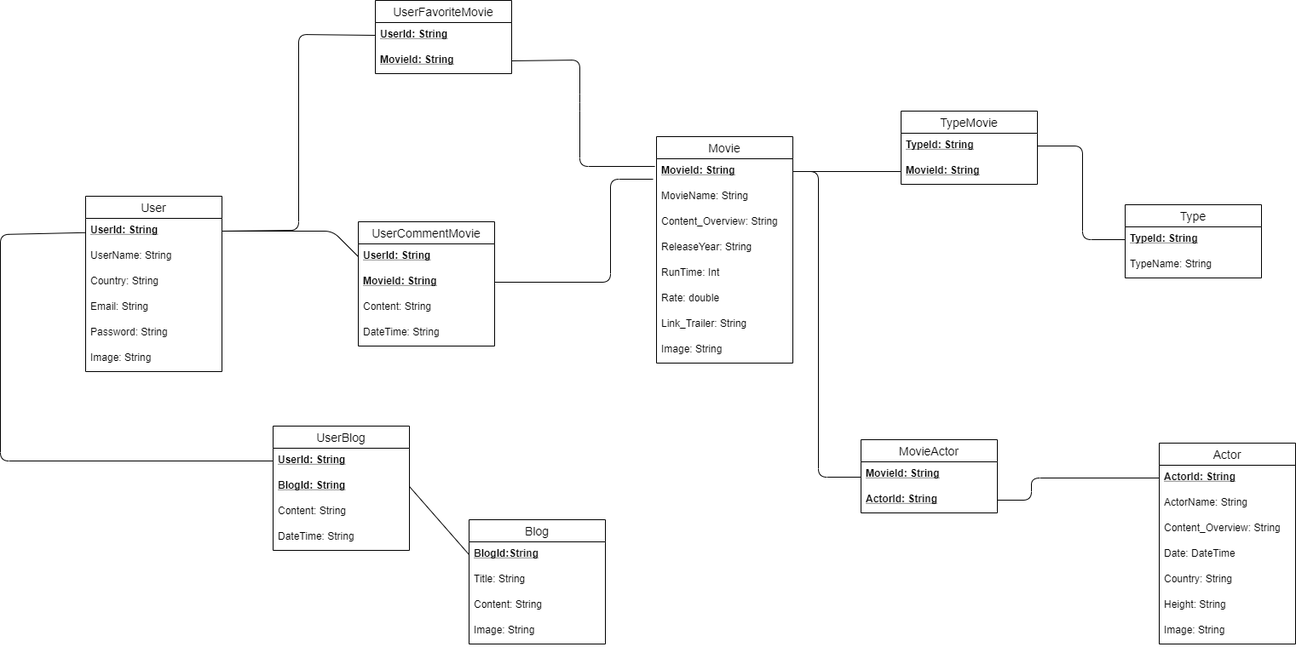
The draw.io diagram Ảnh/Diagram DB.png in thanhthaoitba/TLCN_CLC_2020, before a commit. Source tidied: cells renumbered, new cells last; positions are measured from the earlier drawing's top-left corner, leaving out a move shared by most shapes.
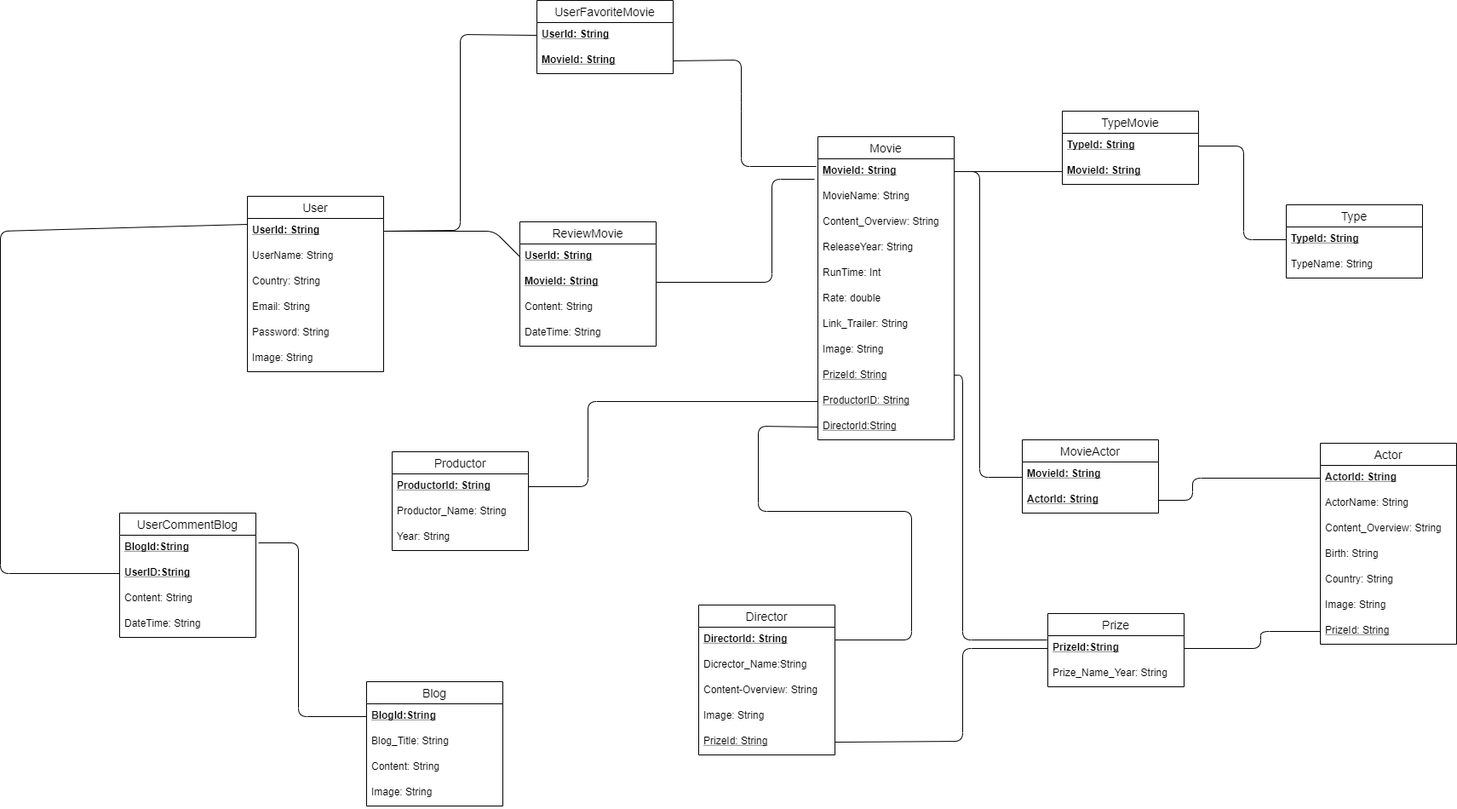
After the commit.

Diff of the diagram source:
```diff
@@ -3,7 +3,7 @@
     <mxCell id="0" />
     <mxCell id="1" parent="0" />
     <mxCell id="2" value="Movie" style="swimlane;fontStyle=0;horizontal=1;startSize=26;align=center;fontSize=14;" parent="1" vertex="1">
-      <mxGeometry x="770" y="160" width="160" height="266" as="geometry" />
+      <mxGeometry x="770" y="160" width="160" height="356" as="geometry" />
     </mxCell>
     <mxCell id="3" value="MovieId: String" style="text;strokeColor=none;fillColor=none;spacingLeft=4;spacingRight=4;overflow=hidden;points=[[0,0.5],[1,0.5]];portConstraint=eastwest;fontSize=12;fontStyle=5;" parent="2" vertex="1">
       <mxGeometry y="26" width="160" height="30" as="geometry" />
@@ -29,6 +29,15 @@
     <mxCell id="10" value="Image: String" style="text;strokeColor=none;fillColor=none;spacingLeft=4;spacingRight=4;overflow=hidden;fontSize=12;" parent="2" vertex="1">
       <mxGeometry y="236" width="160" height="30" as="geometry" />
     </mxCell>
+    <mxCell id="63" value="PrizeId: String" style="text;strokeColor=none;fillColor=none;spacingLeft=4;spacingRight=4;overflow=hidden;points=[[0,0.5],[1,0.5]];portConstraint=eastwest;fontSize=12;fontStyle=4;" parent="2" vertex="1">
+      <mxGeometry y="266" width="160" height="30" as="geometry" />
+    </mxCell>
+    <mxCell id="64" value="ProductorID: String" style="text;strokeColor=none;fillColor=none;spacingLeft=4;spacingRight=4;overflow=hidden;points=[[0,0.5],[1,0.5]];portConstraint=eastwest;fontSize=12;fontStyle=4;" parent="2" vertex="1">
+      <mxGeometry y="296" width="160" height="30" as="geometry" />
+    </mxCell>
+    <mxCell id="65" value="DirectorId:String" style="text;strokeColor=none;fillColor=none;spacingLeft=4;spacingRight=4;overflow=hidden;points=[[0,0.5],[1,0.5]];portConstraint=eastwest;fontSize=12;fontStyle=4;" parent="2" vertex="1">
+      <mxGeometry y="326" width="160" height="30" as="geometry" />
+    </mxCell>
     <mxCell id="11" value="MovieActor" style="swimlane;fontStyle=0;horizontal=1;startSize=26;align=center;fontSize=14;" parent="1" vertex="1">
       <mxGeometry x="1010" y="516" width="160" height="86" as="geometry" />
     </mxCell>
@@ -38,21 +47,6 @@
     <mxCell id="13" value="ActorId: String" style="text;strokeColor=none;fillColor=none;spacingLeft=4;spacingRight=4;overflow=hidden;points=[[0,0.5],[1,0.5]];portConstraint=eastwest;fontSize=12;fontStyle=5;" parent="11" vertex="1">
       <mxGeometry y="56" width="160" height="30" as="geometry" />
     </mxCell>
-    <mxCell id="14" value="Blog" style="swimlane;fontStyle=0;horizontal=1;startSize=26;align=center;fontSize=14;" parent="1" vertex="1">
-      <mxGeometry x="550" y="610" width="160" height="146" as="geometry" />
-    </mxCell>
-    <mxCell id="15" value="BlogId:String" style="text;strokeColor=none;fillColor=none;spacingLeft=4;spacingRight=4;overflow=hidden;points=[[0,0.5],[1,0.5]];portConstraint=eastwest;fontSize=12;fontStyle=5;" parent="14" vertex="1">
-      <mxGeometry y="26" width="160" height="30" as="geometry" />
-    </mxCell>
-    <mxCell id="16" value="Title: String" style="text;strokeColor=none;fillColor=none;spacingLeft=4;spacingRight=4;overflow=hidden;fontSize=12;" parent="14" vertex="1">
-      <mxGeometry y="56" width="160" height="30" as="geometry" />
-    </mxCell>
-    <mxCell id="17" value="Content: String" style="text;strokeColor=none;fillColor=none;spacingLeft=4;spacingRight=4;overflow=hidden;fontSize=12;" parent="14" vertex="1">
-      <mxGeometry y="86" width="160" height="30" as="geometry" />
-    </mxCell>
-    <mxCell id="18" value="Image: String" style="text;strokeColor=none;fillColor=none;spacingLeft=4;spacingRight=4;overflow=hidden;fontSize=12;" parent="14" vertex="1">
-      <mxGeometry y="116" width="160" height="30" as="geometry" />
-    </mxCell>
     <mxCell id="19" value="Actor" style="swimlane;fontStyle=0;horizontal=1;startSize=26;align=center;fontSize=14;" parent="1" vertex="1">
       <mxGeometry x="1360" y="520" width="160" height="236" as="geometry" />
     </mxCell>
@@ -65,33 +59,18 @@
     <mxCell id="22" value="Content_Overview: String" style="text;strokeColor=none;fillColor=none;spacingLeft=4;spacingRight=4;overflow=hidden;fontSize=12;" parent="19" vertex="1">
       <mxGeometry y="86" width="160" height="30" as="geometry" />
     </mxCell>
-    <mxCell id="23" value="Date: DateTime" style="text;strokeColor=none;fillColor=none;spacingLeft=4;spacingRight=4;overflow=hidden;fontSize=12;" parent="19" vertex="1">
+    <mxCell id="23" value="Birth: String" style="text;strokeColor=none;fillColor=none;spacingLeft=4;spacingRight=4;overflow=hidden;fontSize=12;" parent="19" vertex="1">
       <mxGeometry y="116" width="160" height="30" as="geometry" />
     </mxCell>
     <mxCell id="24" value="Country: String" style="text;strokeColor=none;fillColor=none;spacingLeft=4;spacingRight=4;overflow=hidden;fontSize=12;" parent="19" vertex="1">
       <mxGeometry y="146" width="160" height="30" as="geometry" />
     </mxCell>
-    <mxCell id="25" value="Height: String" style="text;strokeColor=none;fillColor=none;spacingLeft=4;spacingRight=4;overflow=hidden;fontSize=12;" parent="19" vertex="1">
-      <mxGeometry y="176" width="160" height="30" as="geometry" />
-    </mxCell>
     <mxCell id="26" value="Image: String" style="text;strokeColor=none;fillColor=none;spacingLeft=4;spacingRight=4;overflow=hidden;fontSize=12;" parent="19" vertex="1">
-      <mxGeometry y="206" width="160" height="30" as="geometry" />
+      <mxGeometry y="176" width="160" height="30" as="geometry" />
     </mxCell>
-    <mxCell id="27" value="UserBlog" style="swimlane;fontStyle=0;horizontal=1;startSize=26;align=center;fontSize=14;" parent="1" vertex="1">
-      <mxGeometry x="320" y="500" width="160" height="146" as="geometry" />
-    </mxCell>
-    <mxCell id="28" value="UserId: String" style="text;strokeColor=none;fillColor=none;spacingLeft=4;spacingRight=4;overflow=hidden;points=[[0,0.5],[1,0.5]];portConstraint=eastwest;fontSize=12;fontStyle=5;" parent="27" vertex="1">
-      <mxGeometry y="26" width="160" height="30" as="geometry" />
-    </mxCell>
-    <mxCell id="29" value="BlogId: String" style="text;strokeColor=none;fillColor=none;spacingLeft=4;spacingRight=4;overflow=hidden;points=[[0,0.5],[1,0.5]];portConstraint=eastwest;fontSize=12;fontStyle=5;" parent="27" vertex="1">
-      <mxGeometry y="56" width="160" height="30" as="geometry" />
-    </mxCell>
-    <mxCell id="30" value="Content: String" style="text;strokeColor=none;fillColor=none;spacingLeft=4;spacingRight=4;overflow=hidden;fontSize=12;" parent="27" vertex="1">
-      <mxGeometry y="86" width="160" height="30" as="geometry" />
-    </mxCell>
-    <mxCell id="31" value="DateTime: String" style="text;strokeColor=none;fillColor=none;spacingLeft=4;spacingRight=4;overflow=hidden;fontSize=12;" parent="27" vertex="1">
-      <mxGeometry y="116" width="160" height="30" as="geometry" />
-    </mxCell>
+    <mxCell id="66" value="PrizeId: String" style="text;strokeColor=none;fillColor=none;spacingLeft=4;spacingRight=4;overflow=hidden;points=[[0,0.5],[1,0.5]];portConstraint=eastwest;fontSize=12;fontStyle=4;" parent="19" vertex="1">
+      <mxGeometry y="206" width="160" height="30" as="geometry" />
+    </mxCell>
     <mxCell id="32" value="User" style="swimlane;fontStyle=0;horizontal=1;startSize=26;align=center;fontSize=14;" parent="1" vertex="1">
       <mxGeometry x="100" y="230" width="160" height="206" as="geometry" />
     </mxCell>
@@ -113,7 +92,7 @@
     <mxCell id="38" value="Image: String" style="text;strokeColor=none;fillColor=none;spacingLeft=4;spacingRight=4;overflow=hidden;fontSize=12;" parent="32" vertex="1">
       <mxGeometry y="176" width="160" height="30" as="geometry" />
     </mxCell>
-    <mxCell id="39" value="UserCommentMovie" style="swimlane;fontStyle=0;horizontal=1;startSize=26;align=center;fontSize=14;" parent="1" vertex="1">
+    <mxCell id="39" value="ReviewMovie" style="swimlane;fontStyle=0;horizontal=1;startSize=26;align=center;fontSize=14;" parent="1" vertex="1">
       <mxGeometry x="420" y="260" width="160" height="146" as="geometry" />
     </mxCell>
     <mxCell id="40" value="UserId: String" style="text;strokeColor=none;fillColor=none;spacingLeft=4;spacingRight=4;overflow=hidden;points=[[0,0.5],[1,0.5]];portConstraint=eastwest;fontSize=12;fontStyle=5;" parent="39" vertex="1">
@@ -162,14 +141,6 @@
         </Array>
       </mxGeometry>
     </mxCell>
-    <mxCell id="54" style="endArrow=none;html=1;" parent="1" edge="1" source="28" target="33">
-      <mxGeometry relative="1" as="geometry">
-        <Array as="points">
-          <mxPoint y="541" />
-          <mxPoint y="275" />
-        </Array>
-      </mxGeometry>
-    </mxCell>
     <mxCell id="55" style="endArrow=none;html=1;entryX=-0.025;entryY=0.8;entryDx=0;entryDy=0;entryPerimeter=0;exitX=1;exitY=0.5;exitDx=0;exitDy=0;" parent="1" edge="1" source="41" target="3">
       <mxGeometry relative="1" as="geometry">
         <Array as="points">
@@ -178,9 +149,6 @@
         </Array>
       </mxGeometry>
     </mxCell>
-    <mxCell id="56" style="endArrow=none;html=1;exitX=1;exitY=0.5;exitDx=0;exitDy=0;entryX=0;entryY=0.5;entryDx=0;entryDy=0;" parent="1" edge="1" source="29" target="15">
-      <mxGeometry relative="1" as="geometry" />
-    </mxCell>
     <mxCell id="57" style="endArrow=none;html=1;exitX=1;exitY=0.5;exitDx=0;exitDy=0;entryX=0;entryY=0.5;entryDx=0;entryDy=0;" parent="1" edge="1" source="33" target="45">
       <mxGeometry relative="1" as="geometry">
         <Array as="points">
@@ -226,5 +194,132 @@
         </Array>
       </mxGeometry>
     </mxCell>
+    <mxCell id="67" value="Director" style="swimlane;fontStyle=0;horizontal=1;startSize=26;align=center;fontSize=14;" parent="1" vertex="1">
+      <mxGeometry x="630" y="710" width="160" height="176" as="geometry" />
+    </mxCell>
+    <mxCell id="68" value="DirectorId: String" style="text;strokeColor=none;fillColor=none;spacingLeft=4;spacingRight=4;overflow=hidden;points=[[0,0.5],[1,0.5]];portConstraint=eastwest;fontSize=12;fontStyle=5;" parent="67" vertex="1">
+      <mxGeometry y="26" width="160" height="30" as="geometry" />
+    </mxCell>
+    <mxCell id="69" value="Dicrector_Name:String" style="text;strokeColor=none;fillColor=none;spacingLeft=4;spacingRight=4;overflow=hidden;fontSize=12;" parent="67" vertex="1">
+      <mxGeometry y="56" width="160" height="30" as="geometry" />
+    </mxCell>
+    <mxCell id="70" value="Content-Overview: String" style="text;strokeColor=none;fillColor=none;spacingLeft=4;spacingRight=4;overflow=hidden;fontSize=12;" parent="67" vertex="1">
+      <mxGeometry y="86" width="160" height="30" as="geometry" />
+    </mxCell>
+    <mxCell id="71" value="Image: String" style="text;strokeColor=none;fillColor=none;spacingLeft=4;spacingRight=4;overflow=hidden;fontSize=12;" parent="67" vertex="1">
+      <mxGeometry y="116" width="160" height="30" as="geometry" />
+    </mxCell>
+    <mxCell id="72" value="PrizeId: String" style="text;strokeColor=none;fillColor=none;spacingLeft=4;spacingRight=4;overflow=hidden;points=[[0,0.5],[1,0.5]];portConstraint=eastwest;fontSize=12;fontStyle=4;" parent="67" vertex="1">
+      <mxGeometry y="146" width="160" height="30" as="geometry" />
+    </mxCell>
+    <mxCell id="73" value="Productor" style="swimlane;fontStyle=0;horizontal=1;startSize=26;align=center;fontSize=14;" parent="1" vertex="1">
+      <mxGeometry x="270" y="530" width="160" height="116" as="geometry" />
+    </mxCell>
+    <mxCell id="74" value="ProductorId: String" style="text;strokeColor=none;fillColor=none;spacingLeft=4;spacingRight=4;overflow=hidden;points=[[0,0.5],[1,0.5]];portConstraint=eastwest;fontSize=12;fontStyle=5;" parent="73" vertex="1">
+      <mxGeometry y="26" width="160" height="30" as="geometry" />
+    </mxCell>
+    <mxCell id="75" value="Productor_Name: String" style="text;strokeColor=none;fillColor=none;spacingLeft=4;spacingRight=4;overflow=hidden;fontSize=12;" parent="73" vertex="1">
+      <mxGeometry y="56" width="160" height="30" as="geometry" />
+    </mxCell>
+    <mxCell id="76" value="Year: String" style="text;strokeColor=none;fillColor=none;spacingLeft=4;spacingRight=4;overflow=hidden;fontSize=12;" parent="73" vertex="1">
+      <mxGeometry y="86" width="160" height="30" as="geometry" />
+    </mxCell>
+    <mxCell id="77" value="Prize" style="swimlane;fontStyle=0;horizontal=1;startSize=26;align=center;fontSize=14;" parent="1" vertex="1">
+      <mxGeometry x="1040" y="720" width="160" height="86" as="geometry" />
+    </mxCell>
+    <mxCell id="78" value="PrizeId:String" style="text;strokeColor=none;fillColor=none;spacingLeft=4;spacingRight=4;overflow=hidden;points=[[0,0.5],[1,0.5]];portConstraint=eastwest;fontSize=12;fontStyle=5;" parent="77" vertex="1">
+      <mxGeometry y="26" width="160" height="30" as="geometry" />
+    </mxCell>
+    <mxCell id="79" value="Prize_Name_Year: String" style="text;strokeColor=none;fillColor=none;spacingLeft=4;spacingRight=4;overflow=hidden;fontSize=12;" parent="77" vertex="1">
+      <mxGeometry y="56" width="160" height="30" as="geometry" />
+    </mxCell>
+    <mxCell id="80" style="endArrow=none;html=1;exitX=1;exitY=0.5;exitDx=0;exitDy=0;entryX=0;entryY=0.5;entryDx=0;entryDy=0;" parent="1" edge="1" source="68" target="65">
+      <mxGeometry relative="1" as="geometry">
+        <Array as="points">
+          <mxPoint x="880" y="751" />
+          <mxPoint x="880" y="600" />
+          <mxPoint x="700" y="600" />
+          <mxPoint x="700" y="500" />
+        </Array>
+      </mxGeometry>
+    </mxCell>
+    <mxCell id="81" style="endArrow=none;html=1;exitX=1;exitY=0.5;exitDx=0;exitDy=0;entryX=0;entryY=0.5;entryDx=0;entryDy=0;" parent="1" edge="1" source="74" target="64">
+      <mxGeometry relative="1" as="geometry">
+        <Array as="points">
+          <mxPoint x="500" y="571" />
+          <mxPoint x="500" y="471" />
+        </Array>
+      </mxGeometry>
+    </mxCell>
+    <mxCell id="82" style="endArrow=none;html=1;exitX=-0.006;exitY=0.167;exitDx=0;exitDy=0;exitPerimeter=0;" parent="1" edge="1" source="78" target="63">
+      <mxGeometry relative="1" as="geometry">
+        <Array as="points">
+          <mxPoint x="940" y="751" />
+          <mxPoint x="940" y="440" />
+        </Array>
+      </mxGeometry>
+    </mxCell>
+    <mxCell id="83" style="endArrow=none;html=1;entryX=0;entryY=0.5;entryDx=0;entryDy=0;" parent="1" edge="1" source="78" target="66">
+      <mxGeometry relative="1" as="geometry">
+        <Array as="points">
+          <mxPoint x="1290" y="761" />
+          <mxPoint x="1290" y="741" />
+        </Array>
+      </mxGeometry>
+    </mxCell>
+    <mxCell id="84" style="endArrow=none;html=1;entryX=0;entryY=0.5;entryDx=0;entryDy=0;exitX=1;exitY=0.5;exitDx=0;exitDy=0;" parent="1" edge="1" source="72" target="78">
+      <mxGeometry relative="1" as="geometry">
+        <Array as="points">
+          <mxPoint x="940" y="870" />
+          <mxPoint x="940" y="761" />
+        </Array>
+      </mxGeometry>
+    </mxCell>
+    <mxCell id="14" value="Blog" style="swimlane;fontStyle=0;horizontal=1;startSize=26;align=center;fontSize=14;" parent="1" vertex="1">
+      <mxGeometry x="240" y="800" width="160" height="146" as="geometry" />
+    </mxCell>
+    <mxCell id="85" value="BlogId:String" style="text;strokeColor=none;fillColor=none;spacingLeft=4;spacingRight=4;overflow=hidden;points=[[0,0.5],[1,0.5]];portConstraint=eastwest;fontSize=12;fontStyle=5;" parent="14" vertex="1">
+      <mxGeometry y="26" width="160" height="30" as="geometry" />
+    </mxCell>
+    <mxCell id="86" value="Blog_Title: String" style="text;strokeColor=none;fillColor=none;spacingLeft=4;spacingRight=4;overflow=hidden;fontSize=12;" parent="14" vertex="1">
+      <mxGeometry y="56" width="160" height="30" as="geometry" />
+    </mxCell>
+    <mxCell id="87" value="Content: String" style="text;strokeColor=none;fillColor=none;spacingLeft=4;spacingRight=4;overflow=hidden;fontSize=12;" parent="14" vertex="1">
+      <mxGeometry y="86" width="160" height="30" as="geometry" />
+    </mxCell>
+    <mxCell id="88" value="Image: String" style="text;strokeColor=none;fillColor=none;spacingLeft=4;spacingRight=4;overflow=hidden;fontSize=12;" parent="14" vertex="1">
+      <mxGeometry y="116" width="160" height="30" as="geometry" />
+    </mxCell>
+    <mxCell id="89" value="UserCommentBlog" style="swimlane;fontStyle=0;horizontal=1;startSize=26;align=center;fontSize=14;" parent="1" vertex="1">
+      <mxGeometry x="-50" y="602" width="160" height="146" as="geometry" />
+    </mxCell>
+    <mxCell id="90" value="BlogId:String" style="text;strokeColor=none;fillColor=none;spacingLeft=4;spacingRight=4;overflow=hidden;points=[[0,0.5],[1,0.5]];portConstraint=eastwest;fontSize=12;fontStyle=5;" parent="89" vertex="1">
+      <mxGeometry y="26" width="160" height="30" as="geometry" />
+    </mxCell>
+    <mxCell id="91" value="UserID:String" style="text;strokeColor=none;fillColor=none;spacingLeft=4;spacingRight=4;overflow=hidden;points=[[0,0.5],[1,0.5]];portConstraint=eastwest;fontSize=12;fontStyle=5;" parent="89" vertex="1">
+      <mxGeometry y="56" width="160" height="30" as="geometry" />
+    </mxCell>
+    <mxCell id="92" value="Content: String" style="text;strokeColor=none;fillColor=none;spacingLeft=4;spacingRight=4;overflow=hidden;fontSize=12;" parent="89" vertex="1">
+      <mxGeometry y="86" width="160" height="30" as="geometry" />
+    </mxCell>
+    <mxCell id="31" value="DateTime: String" style="text;strokeColor=none;fillColor=none;spacingLeft=4;spacingRight=4;overflow=hidden;fontSize=12;" parent="89" vertex="1">
+      <mxGeometry y="116" width="160" height="30" as="geometry" />
+    </mxCell>
+    <mxCell id="93" style="endArrow=none;html=1;entryX=0;entryY=0.233;entryDx=0;entryDy=0;entryPerimeter=0;" parent="1" edge="1" source="91" target="33">
+      <mxGeometry relative="1" as="geometry">
+        <Array as="points">
+          <mxPoint x="-190" y="673" />
+          <mxPoint x="-190" y="271" />
+        </Array>
+      </mxGeometry>
+    </mxCell>
+    <mxCell id="94" style="endArrow=none;html=1;entryX=1.019;entryY=0.3;entryDx=0;entryDy=0;entryPerimeter=0;exitX=0;exitY=0.5;exitDx=0;exitDy=0;" parent="1" edge="1" source="85" target="90">
+      <mxGeometry relative="1" as="geometry">
+        <Array as="points">
+          <mxPoint x="160" y="841" />
+          <mxPoint x="160" y="637" />
+        </Array>
+      </mxGeometry>
+    </mxCell>
   </root>
 </mxGraphModel>
```
